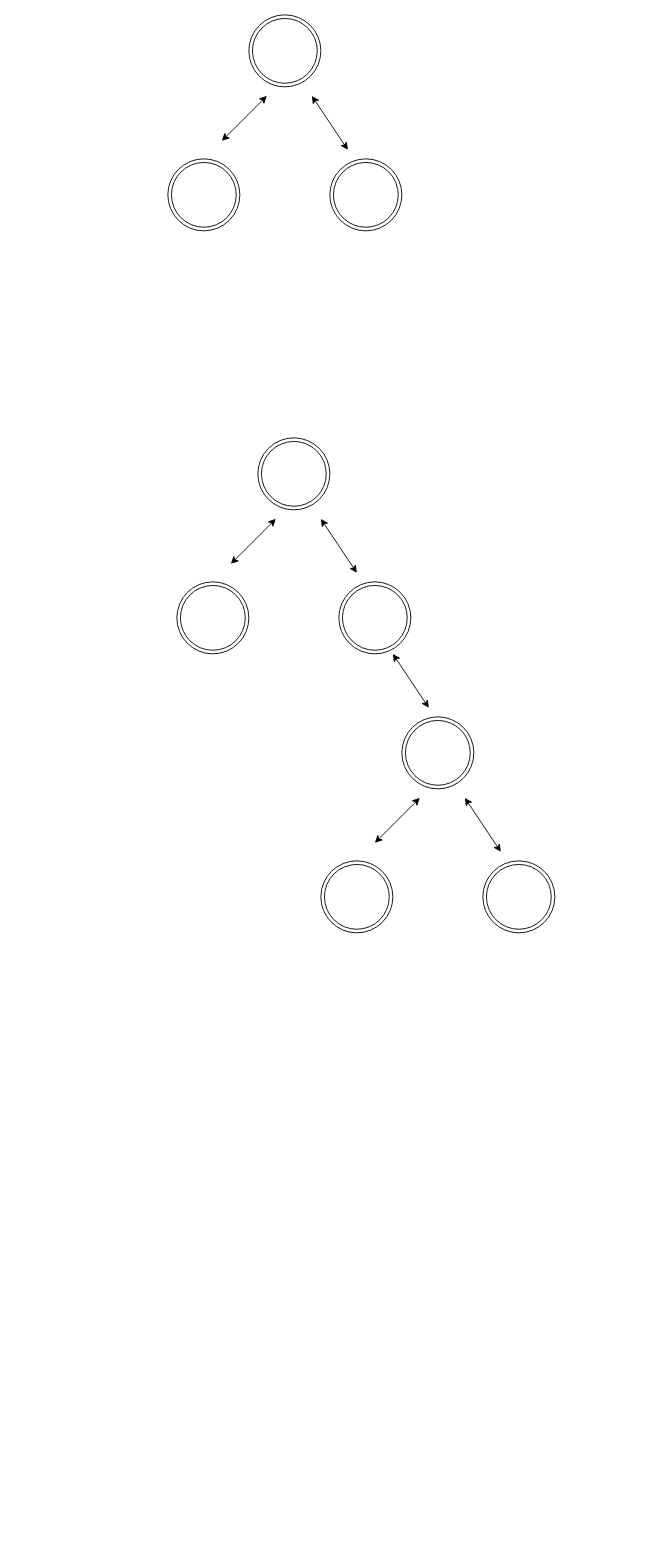
Earlier version of the draw.io diagram Untitled Diagram.drawio (steve-torchia/sandbox). Source tidied: cells renumbered, new cells numbered last; positions are measured from the earlier drawing's top-left corner, leaving out a move shared by most shapes. Both pictures are drawn from the tidied source at 90%, with x=0, y=0 at pixel (167, 14).
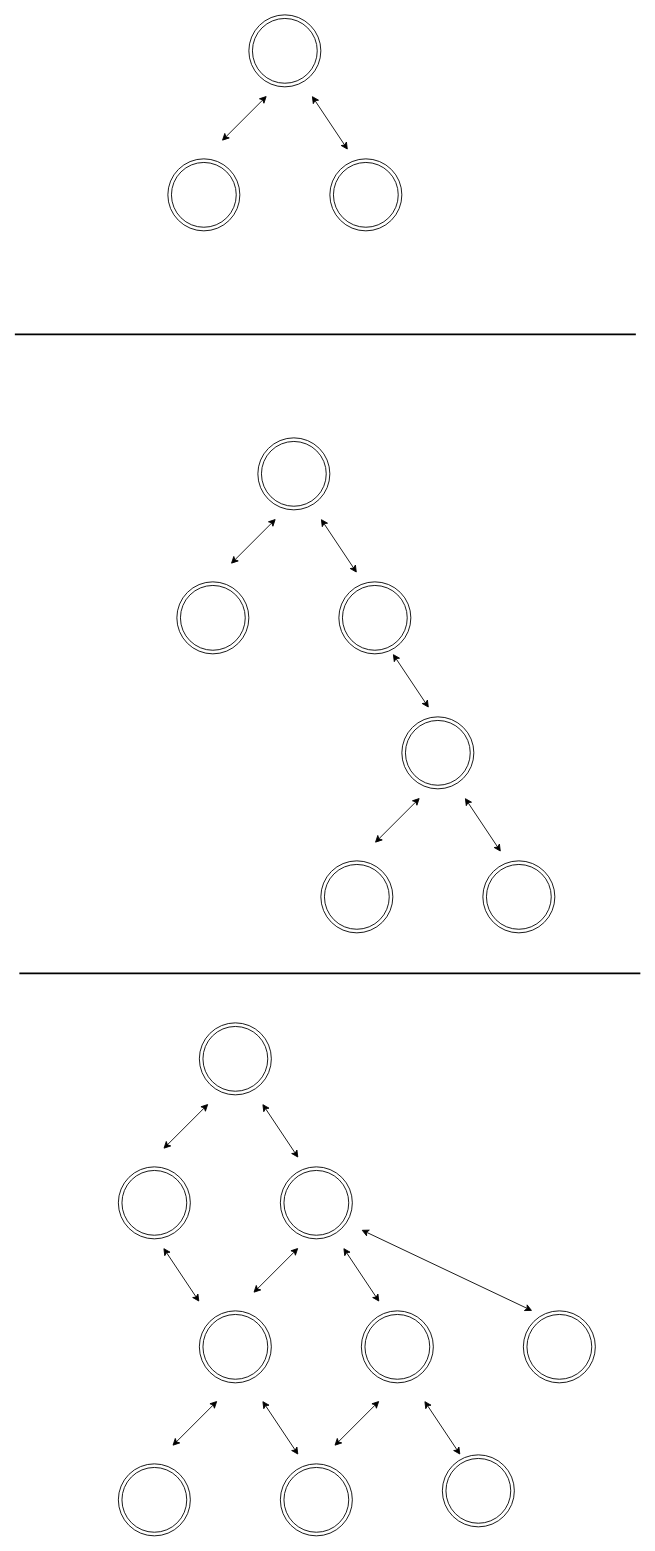
After the change.

The edit, as a diff of the source:
```diff
@@
+    <mxCell id="18" style="line;strokeWidth=2;html=1;" parent="1" vertex="1">
+      <mxGeometry x="-170" y="350" width="690" height="10" as="geometry" />
+    </mxCell>
+    <mxCell id="19" style="ellipse;shape=doubleEllipse;whiteSpace=wrap;html=1;" parent="1" vertex="1">
+      <mxGeometry x="125" y="1280" width="80" height="80" as="geometry" />
+    </mxCell>
+    <mxCell id="20" style="ellipse;shape=doubleEllipse;whiteSpace=wrap;html=1;" parent="1" vertex="1">
+      <mxGeometry x="35" y="1440" width="80" height="80" as="geometry" />
+    </mxCell>
+    <mxCell id="21" style="ellipse;shape=doubleEllipse;whiteSpace=wrap;html=1;" parent="1" vertex="1">
+      <mxGeometry x="215" y="1440" width="80" height="80" as="geometry" />
+    </mxCell>
+    <mxCell id="22" style="endArrow=classic;startArrow=classic;html=1;" parent="1" edge="1">
+      <mxGeometry relative="1" as="geometry">
+        <mxPoint x="95" y="1420" as="sourcePoint" />
+        <mxPoint x="145" y="1370" as="targetPoint" />
+      </mxGeometry>
+    </mxCell>
+    <mxCell id="23" style="endArrow=classic;startArrow=classic;html=1;" parent="1" edge="1">
+      <mxGeometry relative="1" as="geometry">
+        <mxPoint x="235" y="1430" as="sourcePoint" />
+        <mxPoint x="195" y="1370" as="targetPoint" />
+      </mxGeometry>
+    </mxCell>
+    <mxCell id="24" style="line;strokeWidth=2;html=1;" parent="1" vertex="1">
+      <mxGeometry x="-165" y="1060" width="690" height="10" as="geometry" />
+    </mxCell>
+    <mxCell id="25" style="ellipse;shape=doubleEllipse;whiteSpace=wrap;html=1;" parent="1" vertex="1">
+      <mxGeometry x="395" y="1440" width="80" height="80" as="geometry" />
+    </mxCell>
+    <mxCell id="26" style="endArrow=classic;startArrow=classic;html=1;" parent="1" edge="1">
+      <mxGeometry relative="1" as="geometry">
+        <mxPoint x="405" y="1440" as="sourcePoint" />
+        <mxPoint x="215" y="1350" as="targetPoint" />
+      </mxGeometry>
+    </mxCell>
+    <mxCell id="27" style="ellipse;shape=doubleEllipse;whiteSpace=wrap;html=1;" parent="1" vertex="1">
+      <mxGeometry x="-55" y="1610" width="80" height="80" as="geometry" />
+    </mxCell>
+    <mxCell id="28" style="ellipse;shape=doubleEllipse;whiteSpace=wrap;html=1;" parent="1" vertex="1">
+      <mxGeometry x="125" y="1610" width="80" height="80" as="geometry" />
+    </mxCell>
+    <mxCell id="29" style="endArrow=classic;startArrow=classic;html=1;" parent="1" edge="1">
+      <mxGeometry relative="1" as="geometry">
+        <mxPoint x="5" y="1590" as="sourcePoint" />
+        <mxPoint x="55" y="1540" as="targetPoint" />
+      </mxGeometry>
+    </mxCell>
+    <mxCell id="30" style="endArrow=classic;startArrow=classic;html=1;" parent="1" edge="1">
+      <mxGeometry relative="1" as="geometry">
+        <mxPoint x="145" y="1600" as="sourcePoint" />
+        <mxPoint x="105" y="1540" as="targetPoint" />
+      </mxGeometry>
+    </mxCell>
+    <mxCell id="31" style="ellipse;shape=doubleEllipse;whiteSpace=wrap;html=1;" parent="1" vertex="1">
+      <mxGeometry x="-55" y="1280" width="80" height="80" as="geometry" />
+    </mxCell>
+    <mxCell id="32" style="endArrow=classic;startArrow=classic;html=1;" parent="1" edge="1">
+      <mxGeometry relative="1" as="geometry">
+        <mxPoint x="35" y="1430" as="sourcePoint" />
+        <mxPoint x="-5" y="1370" as="targetPoint" />
+      </mxGeometry>
+    </mxCell>
+    <mxCell id="33" style="endArrow=classic;startArrow=classic;html=1;" parent="1" edge="1">
+      <mxGeometry relative="1" as="geometry">
+        <mxPoint x="185" y="1590" as="sourcePoint" />
+        <mxPoint x="235" y="1540" as="targetPoint" />
+      </mxGeometry>
+    </mxCell>
+    <mxCell id="34" style="ellipse;shape=doubleEllipse;whiteSpace=wrap;html=1;" parent="1" vertex="1">
+      <mxGeometry x="305" y="1600" width="80" height="80" as="geometry" />
+    </mxCell>
+    <mxCell id="35" style="endArrow=classic;startArrow=classic;html=1;" parent="1" edge="1">
+      <mxGeometry relative="1" as="geometry">
+        <mxPoint x="325" y="1600" as="sourcePoint" />
+        <mxPoint x="285" y="1540" as="targetPoint" />
+      </mxGeometry>
+    </mxCell>
+    <mxCell id="36" style="ellipse;shape=doubleEllipse;whiteSpace=wrap;html=1;" parent="1" vertex="1">
+      <mxGeometry x="35" y="1120" width="80" height="80" as="geometry" />
+    </mxCell>
+    <mxCell id="37" style="endArrow=classic;startArrow=classic;html=1;" parent="1" edge="1">
+      <mxGeometry relative="1" as="geometry">
+        <mxPoint x="145" y="1270" as="sourcePoint" />
+        <mxPoint x="105" y="1210" as="targetPoint" />
+      </mxGeometry>
+    </mxCell>
+    <mxCell id="38" style="endArrow=classic;startArrow=classic;html=1;" parent="1" edge="1">
+      <mxGeometry relative="1" as="geometry">
+        <mxPoint x="-5" y="1260" as="sourcePoint" />
+        <mxPoint x="45" y="1210" as="targetPoint" />
+      </mxGeometry>
+    </mxCell>
```
